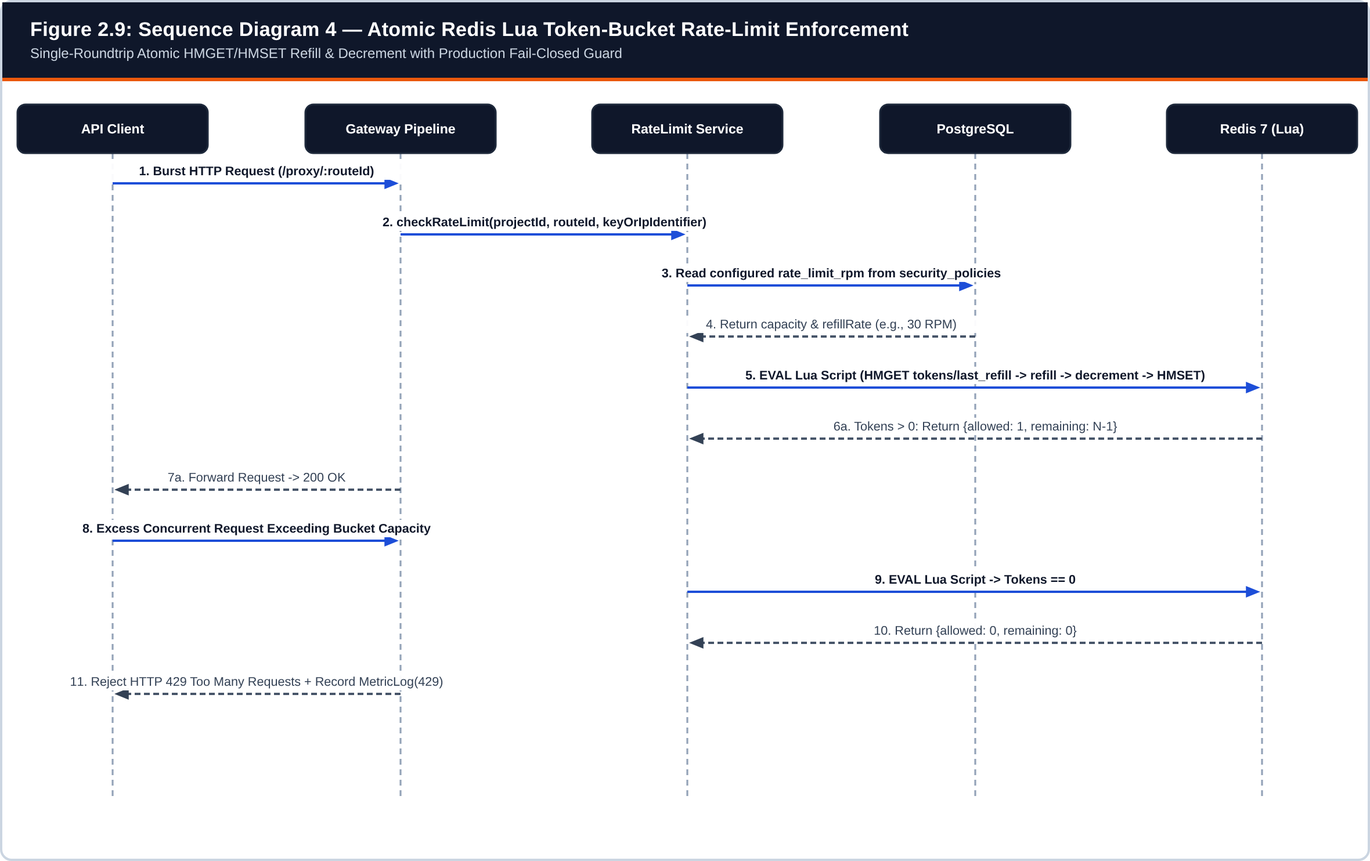
mr-vdnt/FortiX keeps this Mermaid diagram as docs/reports/diagrams/fig10_seq_ratelimit.png. Above is the earlier version. Its source is kept beside it as docs/reports/diagrams/fig10_seq_ratelimit.mmd. Source of this version:
```mermaid
sequenceDiagram
  API Client->>Gateway Pipeline: Concurrent Burst Traffic (/proxy/:routeId)
  Gateway Pipeline->>RateLimit Service: checkRateLimit(projectId, routeId, clientKey)
  RateLimit Service->>PostgreSQL: Fetch route security_policies.rate_limit_rpm
  RateLimit Service->>Redis 7 (Lua): EVAL token_bucket.lua ratelimit:route:id capacity refill now
  Redis 7 (Lua)-->>RateLimit Service: {allowed: 1, remaining: 19} or {allowed: 0, remaining: 0}
  Gateway Pipeline-->>API Client: 200 OK (Allowed) or 429 Too Many Requests (Throttled)
```
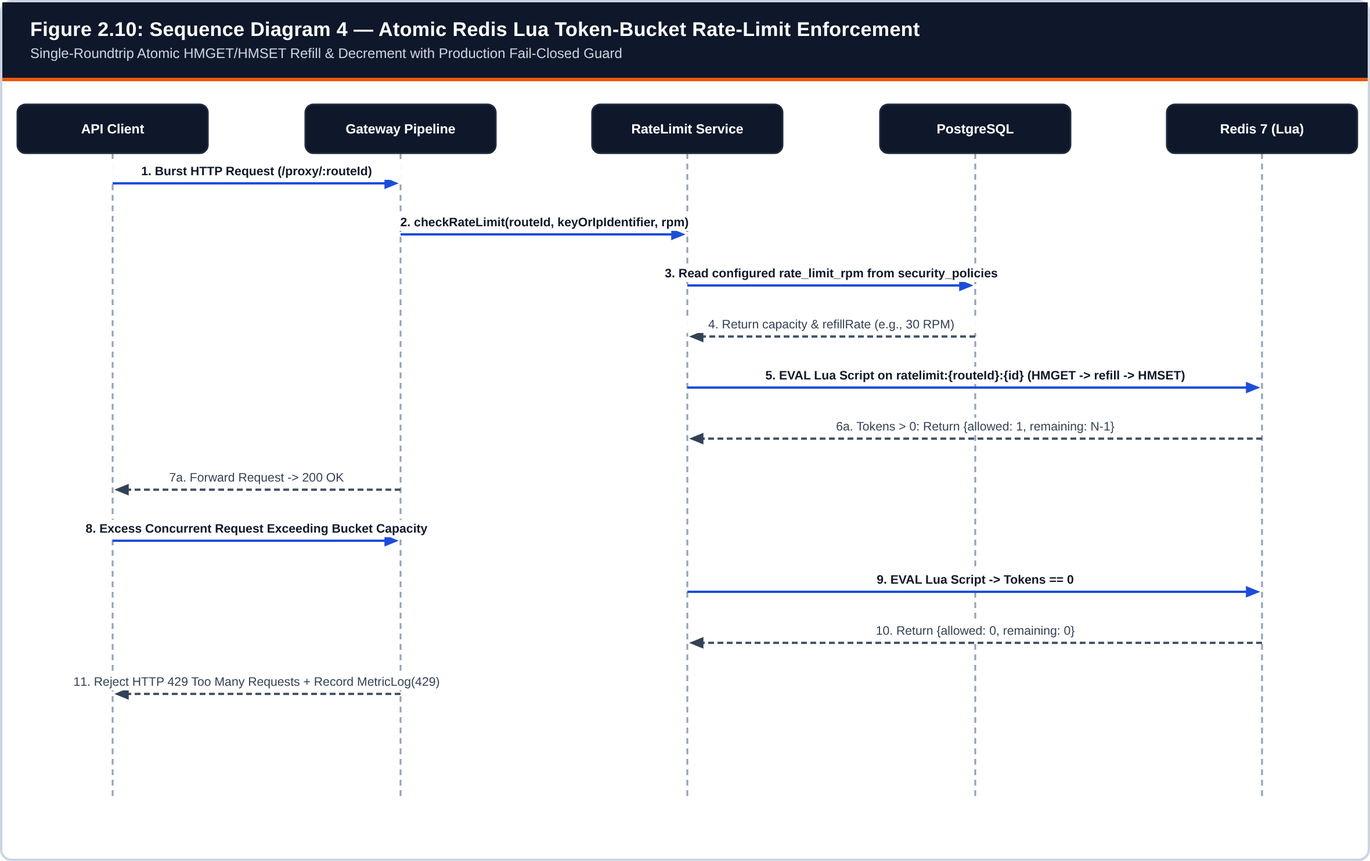
After the commit.

Diff of the diagram source:
```diff
@@ -1,7 +1,7 @@
 sequenceDiagram
   API Client->>Gateway Pipeline: Concurrent Burst Traffic (/proxy/:routeId)
-  Gateway Pipeline->>RateLimit Service: checkRateLimit(projectId, routeId, clientKey)
+  Gateway Pipeline->>RateLimit Service: checkRateLimit(routeId, identifier, rpm)
   RateLimit Service->>PostgreSQL: Fetch route security_policies.rate_limit_rpm
-  RateLimit Service->>Redis 7 (Lua): EVAL token_bucket.lua ratelimit:route:id capacity refill now
+  RateLimit Service->>Redis 7 (Lua): EVAL token_bucket.lua ratelimit:routeId:id capacity refill now
   Redis 7 (Lua)-->>RateLimit Service: {allowed: 1, remaining: 19} or {allowed: 0, remaining: 0}
   Gateway Pipeline-->>API Client: 200 OK (Allowed) or 429 Too Many Requests (Throttled)
```
